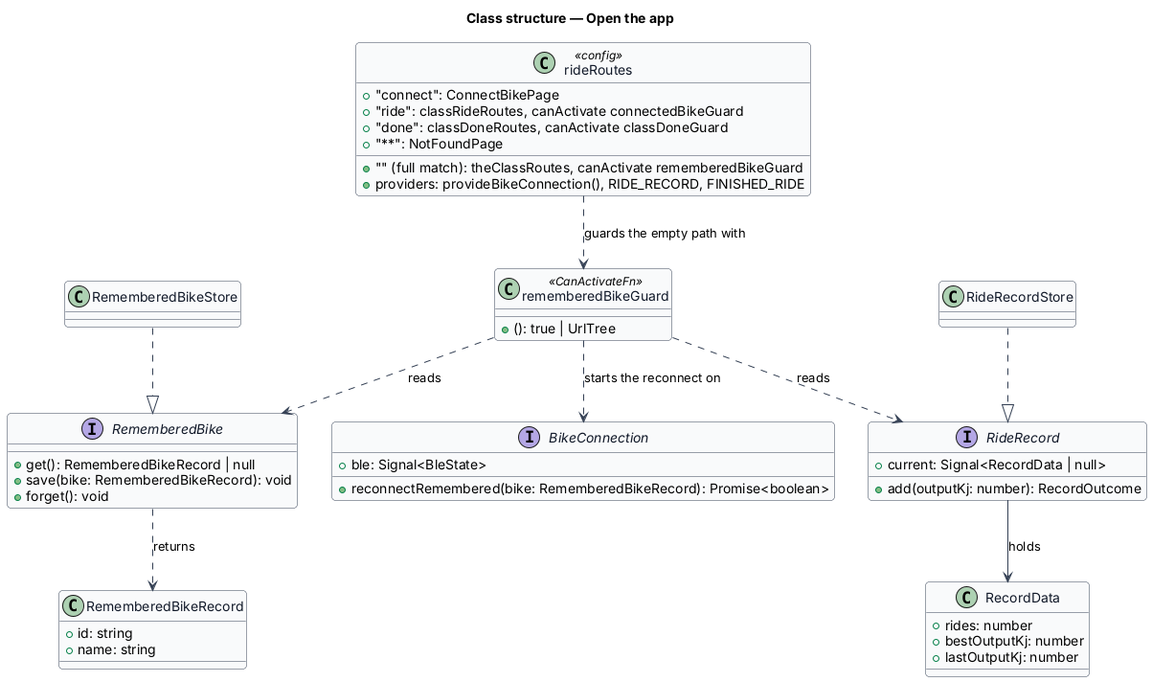
QuinntyneBrown/ride-one keeps this PlantUML diagram as docs/detailed-designs/the-class/open-the-app/diagrams/class-structure.png. Above is the earlier version.
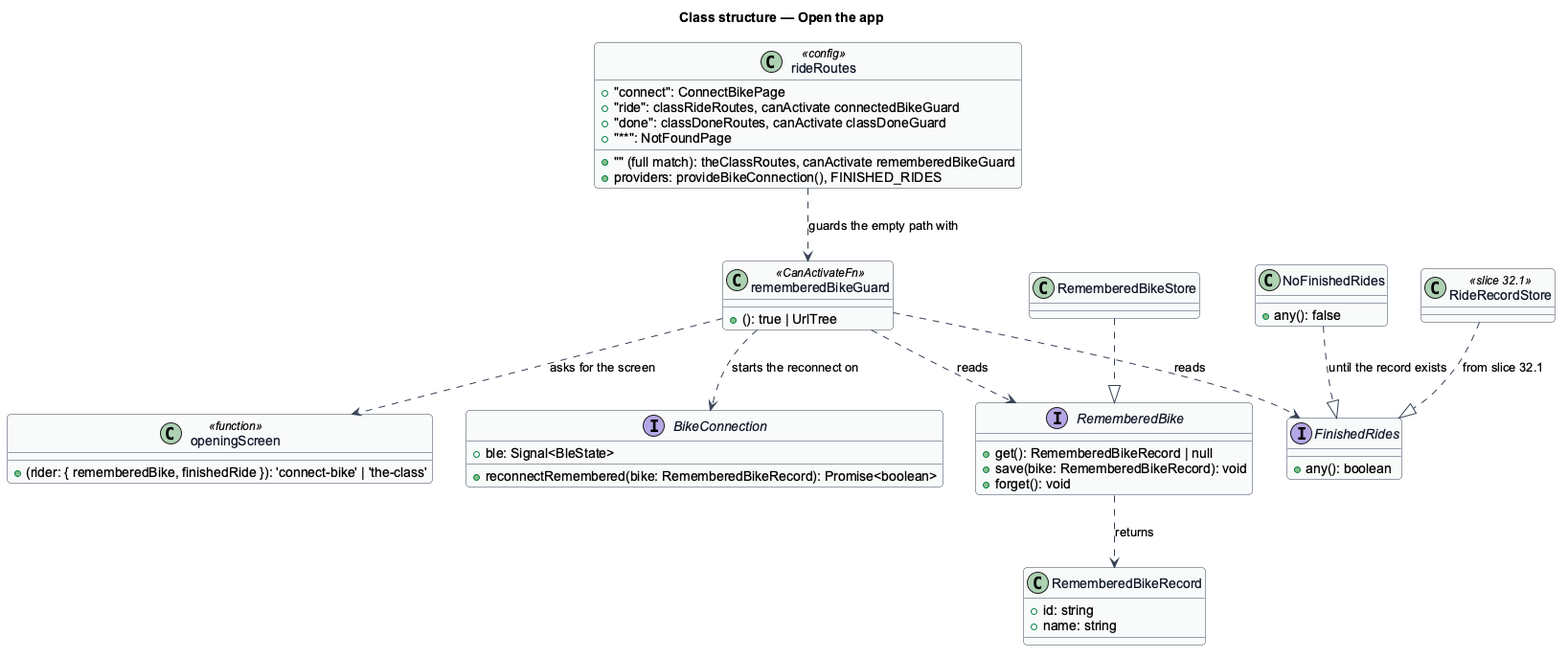
The same diagram one commit later.

Diff of the diagram source:
```diff
@@ -17,7 +17,7 @@
   +"ride": classRideRoutes, canActivate connectedBikeGuard
   +"done": classDoneRoutes, canActivate classDoneGuard
   +"**": NotFoundPage
-  +providers: provideBikeConnection(), RIDE_RECORD, FINISHED_RIDE
+  +providers: provideBikeConnection(), FINISHED_RIDES
 }
 
 class rememberedBikeGuard <<CanActivateFn>> {
@@ -30,15 +30,12 @@
   +forget(): void
 }
 
-interface RideRecord {
-  +current: Signal<RecordData | null>
-  +add(outputKj: number): RecordOutcome
+interface FinishedRides {
+  +any(): boolean
 }
 
-class RecordData {
-  +rides: number
-  +bestOutputKj: number
-  +lastOutputKj: number
+class openingScreen <<function>> {
+  +(rider: { rememberedBike, finishedRide }): 'connect-bike' | 'the-class'
 }
 
 class RememberedBikeRecord {
@@ -52,14 +49,18 @@
 }
 
 class RememberedBikeStore
-class RideRecordStore
+class NoFinishedRides {
+  +any(): false
+}
+class RideRecordStore <<slice 32.1>>
 
 rideRoutes ..> rememberedBikeGuard : guards the empty path with
 rememberedBikeGuard ..> RememberedBike : reads
-rememberedBikeGuard ..> RideRecord : reads
+rememberedBikeGuard ..> FinishedRides : reads
+rememberedBikeGuard ..> openingScreen : asks for the screen
 rememberedBikeGuard ..> BikeConnection : starts the reconnect on
 RememberedBike ..> RememberedBikeRecord : returns
-RideRecord --> RecordData : holds
 RememberedBikeStore ..|> RememberedBike
-RideRecordStore ..|> RideRecord
+NoFinishedRides ..|> FinishedRides : until the record exists
+RideRecordStore ..|> FinishedRides : from slice 32.1
 @enduml
```
